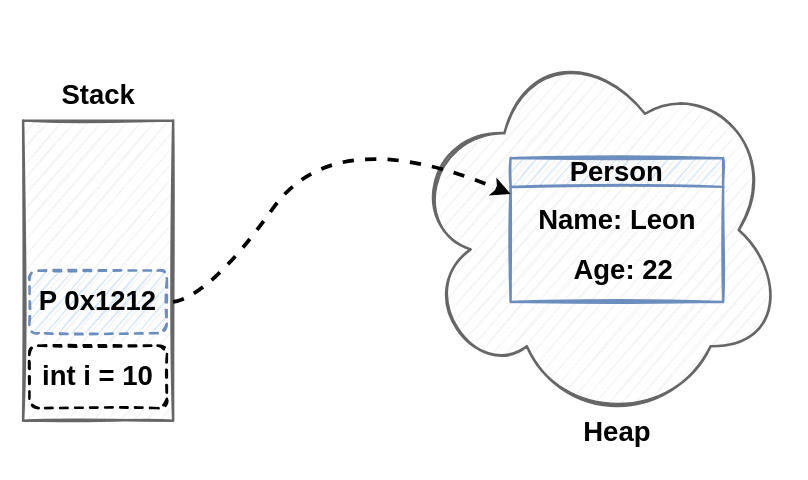
Earlier version of the draw.io diagram jvm-stack-heap.drawio (auula/draw.io). Source tidied: cells renumbered, new cells numbered last; positions are measured from the earlier drawing's top-left corner, leaving out a move shared by most shapes. Both pictures are drawn from the tidied source at 125%, with x=0, y=0 at pixel (22, 35).
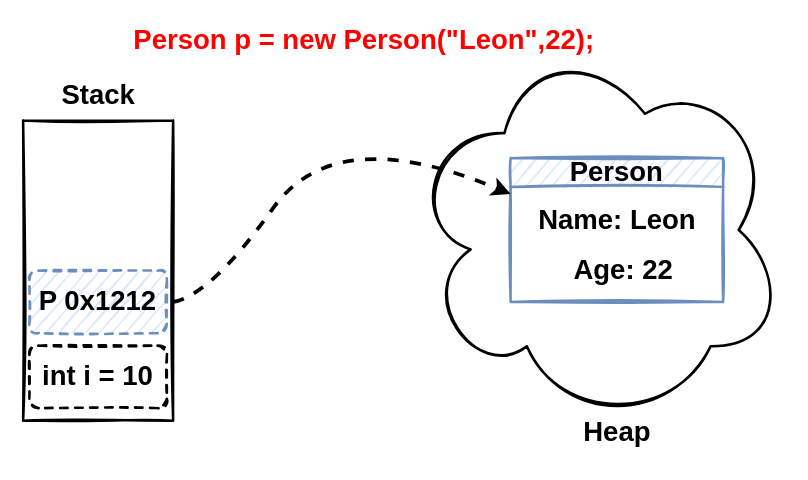
The same page after the edit.

Change to the diagram source:
```diff
@@
 <mxGraphModel>
   <root>
     <mxCell id="0" />
     <mxCell id="1" parent="0" />
-    <mxCell id="2" style="ellipse;shape=cloud;whiteSpace=wrap;html=1;sketch=1;strokeWidth=2;fontSize=22;fillColor=#f5f5f5;fontColor=#333333;strokeColor=#666666;" parent="1" vertex="1">
+    <mxCell id="2" style="ellipse;shape=cloud;whiteSpace=wrap;html=1;sketch=1;strokeWidth=2;fontSize=22;" parent="1" vertex="1">
       <mxGeometry x="310" y="0.5" width="300" height="310" as="geometry" />
     </mxCell>
-    <mxCell id="3" style="rounded=0;whiteSpace=wrap;html=1;strokeWidth=2;sketch=1;fillColor=#f5f5f5;fontColor=#333333;strokeColor=#666666;" parent="1" vertex="1">
+    <mxCell id="3" style="rounded=0;whiteSpace=wrap;html=1;strokeWidth=2;sketch=1;" parent="1" vertex="1">
       <mxGeometry y="68" width="120" height="240" as="geometry" />
     </mxCell>
     <mxCell id="4" value="&lt;span style=&quot;font-size: 22px;&quot;&gt;&lt;b&gt;int i = 10&lt;/b&gt;&lt;/span&gt;" style="rounded=1;whiteSpace=wrap;html=1;sketch=1;strokeWidth=2;dashed=1;" parent="1" vertex="1">
       <mxGeometry x="5" y="248" width="110" height="50" as="geometry" />
     </mxCell>
     <mxCell id="5" value="&lt;span style=&quot;font-size: 22px;&quot;&gt;&lt;b&gt;P 0x1212&lt;/b&gt;&lt;/span&gt;" style="rounded=1;whiteSpace=wrap;html=1;sketch=1;strokeWidth=2;dashed=1;fillColor=#dae8fc;strokeColor=#6c8ebf;" parent="1" vertex="1">
       <mxGeometry x="5" y="188" width="110" height="50" as="geometry" />
     </mxCell>
     <mxCell id="6" value="&lt;b&gt;Stack&lt;/b&gt;" style="text;html=1;align=center;verticalAlign=middle;strokeColor=none;fillColor=none;fontSize=22;" parent="1" vertex="1">
       <mxGeometry x="20" y="28" width="80" height="40" as="geometry" />
     </mxCell>
     <mxCell id="7" value="Person" style="swimlane;whiteSpace=wrap;html=1;sketch=1;strokeWidth=2;fontSize=22;fillColor=#dae8fc;strokeColor=#6c8ebf;" parent="1" vertex="1">
       <mxGeometry x="390" y="98" width="170" height="115" as="geometry" />
     </mxCell>
     <mxCell id="8" value="&lt;b&gt;Name: Leon&lt;/b&gt;" style="text;html=1;align=center;verticalAlign=middle;strokeColor=none;fillColor=none;fontSize=22;sketch=1;strokeWidth=2;" parent="7" vertex="1">
       <mxGeometry x="10" y="30" width="150" height="40" as="geometry" />
     </mxCell>
     <mxCell id="9" value="&lt;b&gt;Age: 22&lt;/b&gt;" style="text;html=1;align=center;verticalAlign=middle;strokeColor=none;fillColor=none;fontSize=22;" parent="7" vertex="1">
       <mxGeometry x="40" y="70" width="100" height="40" as="geometry" />
     </mxCell>
     <mxCell id="10" value="&lt;b&gt;Heap&lt;/b&gt;" style="text;html=1;align=center;verticalAlign=middle;strokeColor=none;fillColor=none;fontSize=22;" parent="1" vertex="1">
       <mxGeometry x="435" y="298" width="80" height="40" as="geometry" />
     </mxCell>
     <mxCell id="11" style="curved=1;endArrow=classic;html=1;rounded=0;fontSize=22;entryX=0;entryY=0.25;entryDx=0;entryDy=0;strokeWidth=3;dashed=1;" parent="1" edge="1" target="7">
       <mxGeometry relative="1" as="geometry">
         <mxPoint x="120" y="213" as="sourcePoint" />
         <Array as="points">
           <mxPoint x="150" y="208" />
           <mxPoint x="250" y="68" />
         </Array>
       </mxGeometry>
     </mxCell>
+    <mxCell id="12" value="&lt;b&gt;&lt;font color=&quot;#ff0000&quot;&gt;Person p = new Person(&quot;Leon&quot;,22);&lt;/font&gt;&lt;/b&gt;" style="text;html=1;strokeColor=none;fillColor=none;align=center;verticalAlign=middle;whiteSpace=wrap;rounded=0;sketch=1;strokeWidth=2;fontSize=22;" parent="1" vertex="1">
+      <mxGeometry x="80" y="-11" width="386" height="30" as="geometry" />
+    </mxCell>
   </root>
 </mxGraphModel>
```
